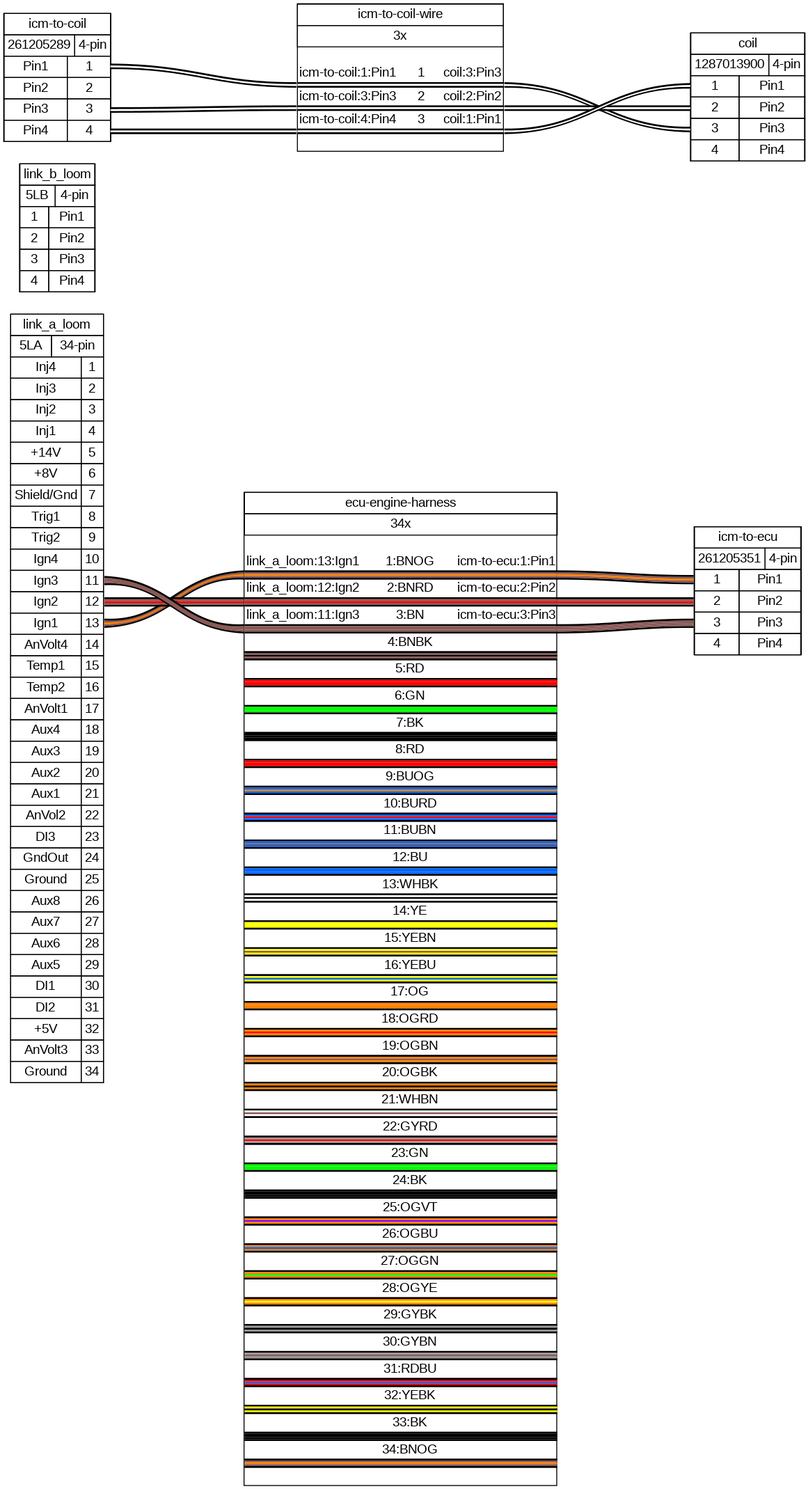
The Graphviz diagram corrado.png in djhedges/corrado_wiring, before a commit. Its source is kept beside it as corrado.gv.
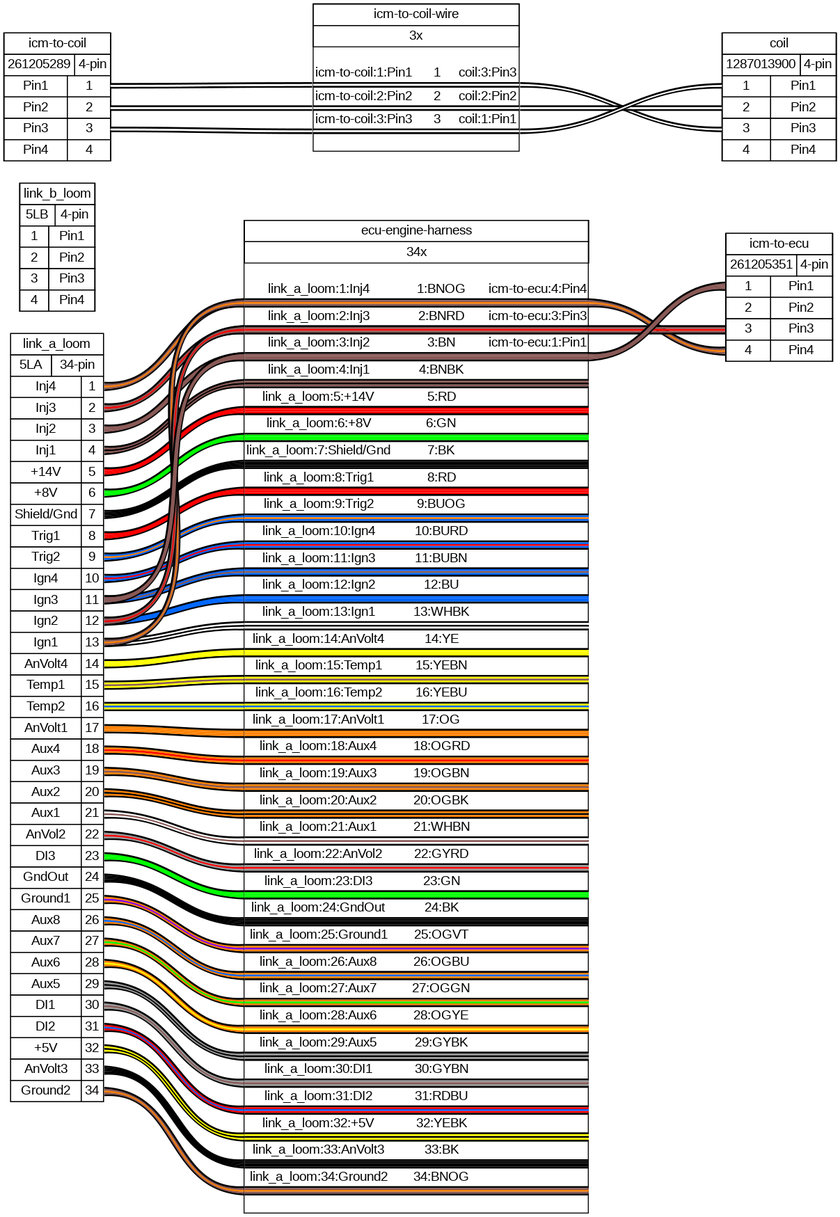
Later version of the same file.

What changed in the source:
```diff
@@ -114,7 +114,7 @@
     <td port="p24r">24</td>
    </tr>
    <tr>
-    <td>Ground</td>
+    <td>Ground1</td>
     <td port="p25r">25</td>
    </tr>
    <tr>
@@ -150,7 +150,7 @@
     <td port="p33r">33</td>
    </tr>
    <tr>
-    <td>Ground</td>
+    <td>Ground2</td>
     <td port="p34r">34</td>
    </tr>
   </table>
@@ -298,14 +298,82 @@
 </table>
 > fillcolor="#FFFFFF" shape=box style=filled]
 	edge [color="#000000:#895956:#ff8000:#895956:#000000"]
+	link_a_loom:p1r:e -- "ecu-engine-harness":w1:w
+	edge [color="#000000:#895956:#ff0000:#895956:#000000"]
+	link_a_loom:p2r:e -- "ecu-engine-harness":w2:w
+	edge [color="#000000:#895956:#895956:#895956:#000000"]
+	link_a_loom:p3r:e -- "ecu-engine-harness":w3:w
+	edge [color="#000000:#895956:#000000:#895956:#000000"]
+	link_a_loom:p4r:e -- "ecu-engine-harness":w4:w
+	edge [color="#000000:#ff0000:#ff0000:#ff0000:#000000"]
+	link_a_loom:p5r:e -- "ecu-engine-harness":w5:w
+	edge [color="#000000:#00ff00:#00ff00:#00ff00:#000000"]
+	link_a_loom:p6r:e -- "ecu-engine-harness":w6:w
+	edge [color="#000000:#000000:#000000:#000000:#000000"]
+	link_a_loom:p7r:e -- "ecu-engine-harness":w7:w
+	edge [color="#000000:#ff0000:#ff0000:#ff0000:#000000"]
+	link_a_loom:p8r:e -- "ecu-engine-harness":w8:w
+	edge [color="#000000:#0066ff:#ff8000:#0066ff:#000000"]
+	link_a_loom:p9r:e -- "ecu-engine-harness":w9:w
+	edge [color="#000000:#0066ff:#ff0000:#0066ff:#000000"]
+	link_a_loom:p10r:e -- "ecu-engine-harness":w10:w
+	edge [color="#000000:#0066ff:#895956:#0066ff:#000000"]
+	link_a_loom:p11r:e -- "ecu-engine-harness":w11:w
+	edge [color="#000000:#0066ff:#0066ff:#0066ff:#000000"]
+	link_a_loom:p12r:e -- "ecu-engine-harness":w12:w
+	edge [color="#000000:#ffffff:#000000:#ffffff:#000000"]
+	link_a_loom:p13r:e -- "ecu-engine-harness":w13:w
+	edge [color="#000000:#ffff00:#ffff00:#ffff00:#000000"]
+	link_a_loom:p14r:e -- "ecu-engine-harness":w14:w
+	edge [color="#000000:#ffff00:#895956:#ffff00:#000000"]
+	link_a_loom:p15r:e -- "ecu-engine-harness":w15:w
+	edge [color="#000000:#ffff00:#0066ff:#ffff00:#000000"]
+	link_a_loom:p16r:e -- "ecu-engine-harness":w16:w
+	edge [color="#000000:#ff8000:#ff8000:#ff8000:#000000"]
+	link_a_loom:p17r:e -- "ecu-engine-harness":w17:w
+	edge [color="#000000:#ff8000:#ff0000:#ff8000:#000000"]
+	link_a_loom:p18r:e -- "ecu-engine-harness":w18:w
+	edge [color="#000000:#ff8000:#895956:#ff8000:#000000"]
+	link_a_loom:p19r:e -- "ecu-engine-harness":w19:w
+	edge [color="#000000:#ff8000:#000000:#ff8000:#000000"]
+	link_a_loom:p20r:e -- "ecu-engine-harness":w20:w
+	edge [color="#000000:#ffffff:#895956:#ffffff:#000000"]
+	link_a_loom:p21r:e -- "ecu-engine-harness":w21:w
+	edge [color="#000000:#999999:#ff0000:#999999:#000000"]
+	link_a_loom:p22r:e -- "ecu-engine-harness":w22:w
+	edge [color="#000000:#00ff00:#00ff00:#00ff00:#000000"]
+	link_a_loom:p23r:e -- "ecu-engine-harness":w23:w
+	edge [color="#000000:#000000:#000000:#000000:#000000"]
+	link_a_loom:p24r:e -- "ecu-engine-harness":w24:w
+	edge [color="#000000:#ff8000:#8000ff:#ff8000:#000000"]
+	link_a_loom:p25r:e -- "ecu-engine-harness":w25:w
+	edge [color="#000000:#ff8000:#0066ff:#ff8000:#000000"]
+	link_a_loom:p26r:e -- "ecu-engine-harness":w26:w
+	edge [color="#000000:#ff8000:#00ff00:#ff8000:#000000"]
+	link_a_loom:p27r:e -- "ecu-engine-harness":w27:w
+	edge [color="#000000:#ff8000:#ffff00:#ff8000:#000000"]
+	link_a_loom:p28r:e -- "ecu-engine-harness":w28:w
+	edge [color="#000000:#999999:#000000:#999999:#000000"]
+	link_a_loom:p29r:e -- "ecu-engine-harness":w29:w
+	edge [color="#000000:#999999:#895956:#999999:#000000"]
+	link_a_loom:p30r:e -- "ecu-engine-harness":w30:w
+	edge [color="#000000:#ff0000:#0066ff:#ff0000:#000000"]
+	link_a_loom:p31r:e -- "ecu-engine-harness":w31:w
+	edge [color="#000000:#ffff00:#000000:#ffff00:#000000"]
+	link_a_loom:p32r:e -- "ecu-engine-harness":w32:w
+	edge [color="#000000:#000000:#000000:#000000:#000000"]
+	link_a_loom:p33r:e -- "ecu-engine-harness":w33:w
+	edge [color="#000000:#895956:#ff8000:#895956:#000000"]
+	link_a_loom:p34r:e -- "ecu-engine-harness":w34:w
+	edge [color="#000000:#895956:#ff8000:#895956:#000000"]
 	link_a_loom:p13r:e -- "ecu-engine-harness":w1:w
-	"ecu-engine-harness":w1:e -- "icm-to-ecu":p1l:w
+	"ecu-engine-harness":w1:e -- "icm-to-ecu":p4l:w
 	edge [color="#000000:#895956:#ff0000:#895956:#000000"]
 	link_a_loom:p12r:e -- "ecu-engine-harness":w2:w
-	"ecu-engine-harness":w2:e -- "icm-to-ecu":p2l:w
+	"ecu-engine-harness":w2:e -- "icm-to-ecu":p3l:w
 	edge [color="#000000:#895956:#895956:#895956:#000000"]
 	link_a_loom:p11r:e -- "ecu-engine-harness":w3:w
-	"ecu-engine-harness":w3:e -- "icm-to-ecu":p3l:w
+	"ecu-engine-harness":w3:e -- "icm-to-ecu":p1l:w
 	"ecu-engine-harness" [label=<
 <table border="0" cellspacing="0" cellpadding="0">
  <tr><td>
@@ -322,49 +390,49 @@
   <table border="0" cellspacing="0" cellborder="0">
    <tr><td>&nbsp;</td></tr>
    <tr>
-    <td>link_a_loom:13:Ign1</td>
+    <td>link_a_loom:1:Inj4</td>
     <td>
      1:BNOG
     </td>
+    <td>icm-to-ecu:4:Pin4</td>
+   </tr>
+   <tr>
+    <td colspan="3" border="0" cellspacing="0" cellpadding="0" port="w1" height="10">
+     <table cellspacing="0" cellborder="0" border="0">
+      <tr><td colspan="3" cellpadding="0" height="2" bgcolor="#000000" border="0"></td></tr>
+      <tr><td colspan="3" cellpadding="0" height="2" bgcolor="#895956" border="0"></td></tr>
+      <tr><td colspan="3" cellpadding="0" height="2" bgcolor="#ff8000" border="0"></td></tr>
+      <tr><td colspan="3" cellpadding="0" height="2" bgcolor="#895956" border="0"></td></tr>
+      <tr><td colspan="3" cellpadding="0" height="2" bgcolor="#000000" border="0"></td></tr>
+     </table>
+    </td>
+   </tr>
+   <tr>
+    <td>link_a_loom:2:Inj3</td>
+    <td>
+     2:BNRD
+    </td>
+    <td>icm-to-ecu:3:Pin3</td>
+   </tr>
+   <tr>
+    <td colspan="3" border="0" cellspacing="0" cellpadding="0" port="w2" height="10">
+     <table cellspacing="0" cellborder="0" border="0">
+      <tr><td colspan="3" cellpadding="0" height="2" bgcolor="#000000" border="0"></td></tr>
+      <tr><td colspan="3" cellpadding="0" height="2" bgcolor="#895956" border="0"></td></tr>
+      <tr><td colspan="3" cellpadding="0" height="2" bgcolor="#ff0000" border="0"></td></tr>
+      <tr><td colspan="3" cellpadding="0" height="2" bgcolor="#895956" border="0"></td></tr>
+      <tr><td colspan="3" cellpadding="0" height="2" bgcolor="#000000" border="0"></td></tr>
+     </table>
+    </td>
+   </tr>
+   <tr>
+    <td>link_a_loom:3:Inj2</td>
+    <td>
+     3:BN
+    </td>
     <td>icm-to-ecu:1:Pin1</td>
    </tr>
    <tr>
-    <td colspan="3" border="0" cellspacing="0" cellpadding="0" port="w1" height="10">
-     <table cellspacing="0" cellborder="0" border="0">
-      <tr><td colspan="3" cellpadding="0" height="2" bgcolor="#000000" border="0"></td></tr>
-      <tr><td colspan="3" cellpadding="0" height="2" bgcolor="#895956" border="0"></td></tr>
-      <tr><td colspan="3" cellpadding="0" height="2" bgcolor="#ff8000" border="0"></td></tr>
-      <tr><td colspan="3" cellpadding="0" height="2" bgcolor="#895956" border="0"></td></tr>
-      <tr><td colspan="3" cellpadding="0" height="2" bgcolor="#000000" border="0"></td></tr>
-     </table>
-    </td>
-   </tr>
-   <tr>
-    <td>link_a_loom:12:Ign2</td>
-    <td>
-     2:BNRD
-    </td>
-    <td>icm-to-ecu:2:Pin2</td>
-   </tr>
-   <tr>
-    <td colspan="3" border="0" cellspacing="0" cellpadding="0" port="w2" height="10">
-     <table cellspacing="0" cellborder="0" border="0">
-      <tr><td colspan="3" cellpadding="0" height="2" bgcolor="#000000" border="0"></td></tr>
-      <tr><td colspan="3" cellpadding="0" height="2" bgcolor="#895956" border="0"></td></tr>
-      <tr><td colspan="3" cellpadding="0" height="2" bgcolor="#ff0000" border="0"></td></tr>
-      <tr><td colspan="3" cellpadding="0" height="2" bgcolor="#895956" border="0"></td></tr>
-      <tr><td colspan="3" cellpadding="0" height="2" bgcolor="#000000" border="0"></td></tr>
-     </table>
-    </td>
-   </tr>
-   <tr>
-    <td>link_a_loom:11:Ign3</td>
-    <td>
-     3:BN
-    </td>
-    <td>icm-to-ecu:3:Pin3</td>
-   </tr>
-   <tr>
     <td colspan="3" border="0" cellspacing="0" cellpadding="0" port="w3" height="10">
      <table cellspacing="0" cellborder="0" border="0">
       <tr><td colspan="3" cellpadding="0" height="2" bgcolor="#000000" border="0"></td></tr>
@@ -376,7 +444,7 @@
     </td>
    </tr>
    <tr>
-    <td><!-- 4_in --></td>
+    <td>link_a_loom:4:Inj1</td>
     <td>
      4:BNBK
     </td>
@@ -394,7 +462,7 @@
     </td>
    </tr>
    <tr>
-    <td><!-- 5_in --></td>
+    <td>link_a_loom:5:+14V</td>
     <td>
      5:RD
     </td>
@@ -412,7 +480,7 @@
     </td>
    </tr>
    <tr>
-    <td><!-- 6_in --></td>
+    <td>link_a_loom:6:+8V</td>
     <td>
      6:GN
     </td>
@@ -430,7 +498,7 @@
     </td>
    </tr>
    <tr>
-    <td><!-- 7_in --></td>
+    <td>link_a_loom:7:Shield/Gnd</td>
     <td>
      7:BK
     </td>
@@ -448,7 +516,7 @@
     </td>
    </tr>
    <tr>
-    <td><!-- 8_in --></td>
+    <td>link_a_loom:8:Trig1</td>
     <td>
      8:RD
     </td>
@@ -466,7 +534,7 @@
     </td>
    </tr>
    <tr>
-    <td><!-- 9_in --></td>
+    <td>link_a_loom:9:Trig2</td>
     <td>
      9:BUOG
     </td>
@@ -484,7 +552,7 @@
     </td>
    </tr>
    <tr>
-    <td><!-- 10_in --></td>
+    <td>link_a_loom:10:Ign4</td>
     <td>
      10:BURD
     </td>
@@ -502,7 +570,7 @@
     </td>
    </tr>
    <tr>
-    <td><!-- 11_in --></td>
+    <td>link_a_loom:11:Ign3</td>
     <td>
      11:BUBN
     </td>
@@ -520,7 +588,7 @@
     </td>
    </tr>
    <tr>
-    <td><!-- 12_in --></td>
+    <td>link_a_loom:12:Ign2</td>
     <td>
      12:BU
     </td>
@@ -538,7 +606,7 @@
     </td>
    </tr>
    <tr>
-    <td><!-- 13_in --></td>
+    <td>link_a_loom:13:Ign1</td>
     <td>
      13:WHBK
     </td>
@@ -556,7 +624,7 @@
     </td>
    </tr>
    <tr>
-    <td><!-- 14_in --></td>
+    <td>link_a_loom:14:AnVolt4</td>
     <td>
      14:YE
     </td>
@@ -574,7 +642,7 @@
     </td>
    </tr>
    <tr>
-    <td><!-- 15_in --></td>
+    <td>link_a_loom:15:Temp1</td>
     <td>
      15:YEBN
     </td>
@@ -592,7 +660,7 @@
     </td>
    </tr>
    <tr>
-    <td><!-- 16_in --></td>
+    <td>link_a_loom:16:Temp2</td>
     <td>
      16:YEBU
     </td>
@@ -610,7 +678,7 @@
     </td>
    </tr>
    <tr>
-    <td><!-- 17_in --></td>
+    <td>link_a_loom:17:AnVolt1</td>
     <td>
      17:OG
     </td>
@@ -628,7 +696,7 @@
     </td>
    </tr>
    <tr>
-    <td><!-- 18_in --></td>
+    <td>link_a_loom:18:Aux4</td>
     <td>
      18:OGRD
     </td>
@@ -646,7 +714,7 @@
     </td>
    </tr>
    <tr>
-    <td><!-- 19_in --></td>
+    <td>link_a_loom:19:Aux3</td>
     <td>
      19:OGBN
     </td>
@@ -664,7 +732,7 @@
     </td>
    </tr>
    <tr>
-    <td><!-- 20_in --></td>
+    <td>link_a_loom:20:Aux2</td>
     <td>
      20:OGBK
     </td>
@@ -682,7 +750,7 @@
     </td>
    </tr>
    <tr>
-    <td><!-- 21_in --></td>
+    <td>link_a_loom:21:Aux1</td>
     <td>
      21:WHBN
     </td>
@@ -700,7 +768,7 @@
     </td>
    </tr>
    <tr>
-    <td><!-- 22_in --></td>
+    <td>link_a_loom:22:AnVol2</td>
     <td>
      22:GYRD
     </td>
@@ -718,7 +786,7 @@
     </td>
    </tr>
    <tr>
-    <td><!-- 23_in --></td>
+    <td>link_a_loom:23:DI3</td>
     <td>
      23:GN
     </td>
@@ -736,7 +804,7 @@
     </td>
    </tr>
    <tr>
-    <td><!-- 24_in --></td>
+    <td>link_a_loom:24:GndOut</td>
     <td>
      24:BK
     </td>
@@ -754,7 +822,7 @@
     </td>
    </tr>
    <tr>
-    <td><!-- 25_in --></td>
+    <td>link_a_loom:25:Ground1</td>
     <td>
      25:OGVT
     </td>
@@ -772,7 +840,7 @@
     </td>
    </tr>
    <tr>
-    <td><!-- 26_in --></td>
+    <td>link_a_loom:26:Aux8</td>
     <td>
      26:OGBU
     </td>
@@ -790,7 +858,7 @@
     </td>
    </tr>
    <tr>
-    <td><!-- 27_in --></td>
+    <td>link_a_loom:27:Aux7</td>
     <td>
      27:OGGN
     </td>
@@ -808,7 +876,7 @@
     </td>
    </tr>
    <tr>
-    <td><!-- 28_in --></td>
+    <td>link_a_loom:28:Aux6</td>
     <td>
      28:OGYE
     </td>
@@ -826,7 +894,7 @@
     </td>
    </tr>
    <tr>
-    <td><!-- 29_in --></td>
+    <td>link_a_loom:29:Aux5</td>
     <td>
      29:GYBK
     </td>
@@ -844,7 +912,7 @@
     </td>
    </tr>
    <tr>
-    <td><!-- 30_in --></td>
+    <td>link_a_loom:30:DI1</td>
     <td>
      30:GYBN
     </td>
@@ -862,7 +930,7 @@
     </td>
    </tr>
    <tr>
-    <td><!-- 31_in --></td>
+    <td>link_a_loom:31:DI2</td>
     <td>
      31:RDBU
     </td>
@@ -880,7 +948,7 @@
     </td>
    </tr>
    <tr>
-    <td><!-- 32_in --></td>
+    <td>link_a_loom:32:+5V</td>
     <td>
      32:YEBK
     </td>
@@ -898,7 +966,7 @@
     </td>
    </tr>
    <tr>
-    <td><!-- 33_in --></td>
+    <td>link_a_loom:33:AnVolt3</td>
     <td>
      33:BK
     </td>
@@ -916,7 +984,7 @@
     </td>
    </tr>
    <tr>
-    <td><!-- 34_in --></td>
+    <td>link_a_loom:34:Ground2</td>
     <td>
      34:BNOG
     </td>
@@ -942,10 +1010,10 @@
 	"icm-to-coil":p1r:e -- "icm-to-coil-wire":w1:w
 	"icm-to-coil-wire":w1:e -- coil:p3l:w
 	edge [color="#000000:#ffffff:#000000"]
-	"icm-to-coil":p3r:e -- "icm-to-coil-wire":w2:w
+	"icm-to-coil":p2r:e -- "icm-to-coil-wire":w2:w
 	"icm-to-coil-wire":w2:e -- coil:p2l:w
 	edge [color="#000000:#ffffff:#000000"]
-	"icm-to-coil":p4r:e -- "icm-to-coil-wire":w3:w
+	"icm-to-coil":p3r:e -- "icm-to-coil-wire":w3:w
 	"icm-to-coil-wire":w3:e -- coil:p1l:w
 	"icm-to-coil-wire" [label=<
 <table border="0" cellspacing="0" cellpadding="0">
@@ -979,23 +1047,23 @@
     </td>
    </tr>
    <tr>
+    <td>icm-to-coil:2:Pin2</td>
+    <td>
+     2
+    </td>
+    <td>coil:2:Pin2</td>
+   </tr>
+   <tr>
+    <td colspan="3" border="0" cellspacing="0" cellpadding="0" port="w2" height="6">
+     <table cellspacing="0" cellborder="0" border="0">
+      <tr><td colspan="3" cellpadding="0" height="2" bgcolor="#000000" border="0"></td></tr>
+      <tr><td colspan="3" cellpadding="0" height="2" bgcolor="#ffffff" border="0"></td></tr>
+      <tr><td colspan="3" cellpadding="0" height="2" bgcolor="#000000" border="0"></td></tr>
+     </table>
+    </td>
+   </tr>
+   <tr>
     <td>icm-to-coil:3:Pin3</td>
-    <td>
-     2
-    </td>
-    <td>coil:2:Pin2</td>
-   </tr>
-   <tr>
-    <td colspan="3" border="0" cellspacing="0" cellpadding="0" port="w2" height="6">
-     <table cellspacing="0" cellborder="0" border="0">
-      <tr><td colspan="3" cellpadding="0" height="2" bgcolor="#000000" border="0"></td></tr>
-      <tr><td colspan="3" cellpadding="0" height="2" bgcolor="#ffffff" border="0"></td></tr>
-      <tr><td colspan="3" cellpadding="0" height="2" bgcolor="#000000" border="0"></td></tr>
-     </table>
-    </td>
-   </tr>
-   <tr>
-    <td>icm-to-coil:4:Pin4</td>
     <td>
      3
     </td>
```
